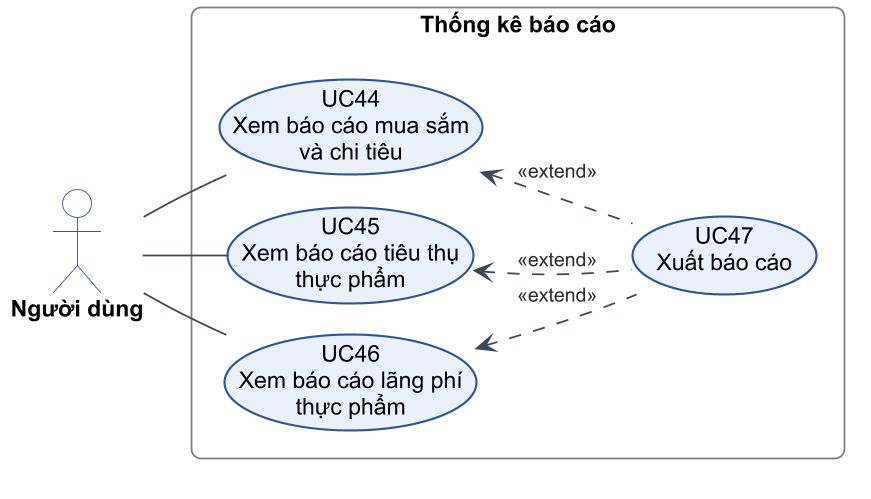
Earlier version of the PlantUML export figures/diagrams/c2-18-uc-thong-ke.png (PhucNguyen204/report-project).
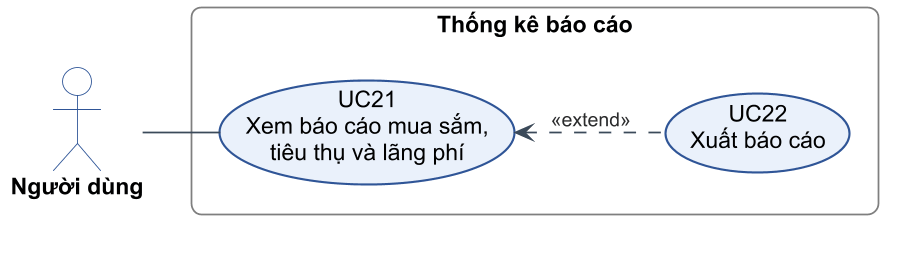
After the change.

What changed in the source:
```diff
@@ -5,17 +5,10 @@
 actor "Người dùng" as U
 
 rectangle "Thống kê báo cáo" as B {
-  usecase "UC44\nXem báo cáo mua sắm\nvà chi tiêu" as UC44
-  usecase "UC45\nXem báo cáo tiêu thụ\nthực phẩm" as UC45
-  usecase "UC46\nXem báo cáo lãng phí\nthực phẩm" as UC46
-  usecase "UC47\nXuất báo cáo" as UC47
+  usecase "UC21\nXem báo cáo mua sắm,\ntiêu thụ và lãng phí" as UC21
+  usecase "UC22\nXuất báo cáo" as UC22
 }
 
-U -- UC44
-U -- UC45
-U -- UC46
-UC44 <.[norank]. UC47 : <<extend>>
-UC45 <.[norank]. UC47 : <<extend>>
-UC46 <.[norank]. UC47 : <<extend>>
-UC45 -[hidden]-> UC47
+U -- UC21
+UC21 <.[norank]. UC22 : <<extend>>
 @enduml
```
